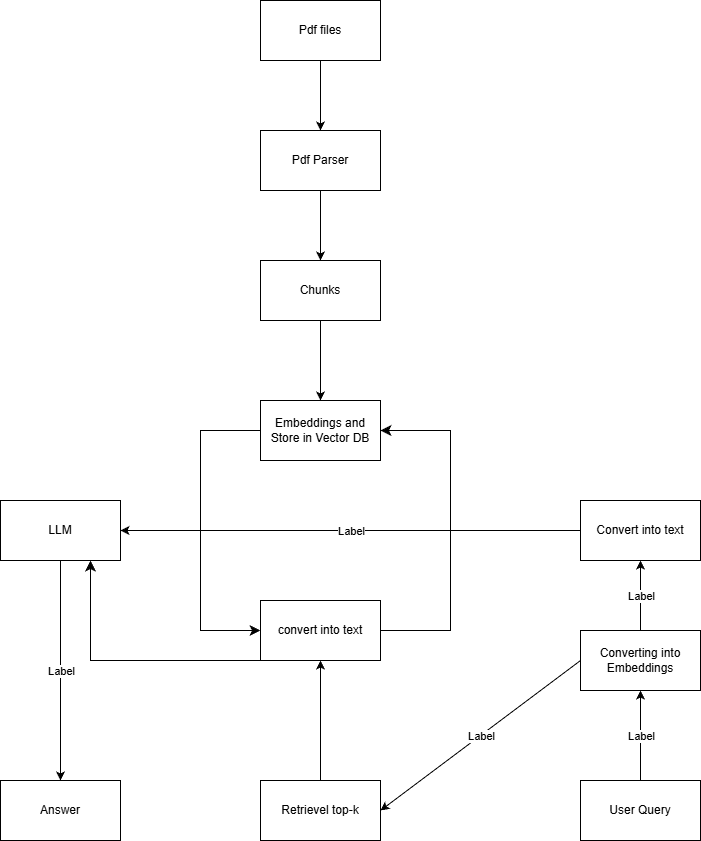
nimmalaprasanthtirupatireddy-eng/RAG-Pipeline keeps this draw.io diagram as architecture.drawio.png. Above is the earlier version. Source tidied: cells renumbered, new cells last; positions are measured from the earlier drawing's top-left corner, leaving out a move shared by most shapes.
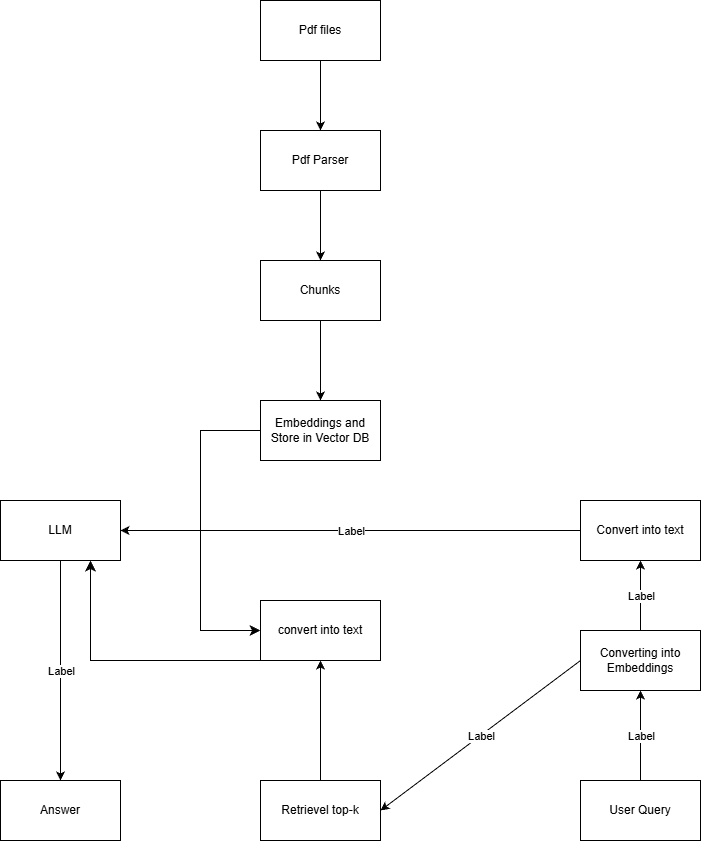
After the commit.

Change to the diagram source:
```diff
@@ -77,13 +77,6 @@
     <mxCell id="26" value="convert into text" style="rounded=0;whiteSpace=wrap;html=1;" parent="1" vertex="1">
       <mxGeometry x="260" y="600" width="120" height="60" as="geometry" />
     </mxCell>
-    <mxCell id="27" style="edgeStyle=elbowEdgeStyle;elbow=horizontal;endArrow=classic;html=1;curved=0;rounded=0;endSize=8;startSize=8;exitX=1;exitY=0.5;exitDx=0;exitDy=0;entryX=1;entryY=0.5;entryDx=0;entryDy=0;" parent="1" edge="1" source="26" target="8">
-      <mxGeometry relative="1" as="geometry">
-        <Array as="points">
-          <mxPoint x="450" y="520" />
-        </Array>
-      </mxGeometry>
-    </mxCell>
     <mxCell id="28" style="edgeStyle=elbowEdgeStyle;elbow=horizontal;endArrow=classic;html=1;curved=0;rounded=0;endSize=8;startSize=8;exitX=0;exitY=0.5;exitDx=0;exitDy=0;entryX=0;entryY=0.5;entryDx=0;entryDy=0;" parent="1" edge="1" source="8" target="26">
       <mxGeometry relative="1" as="geometry">
         <Array as="points">
```
